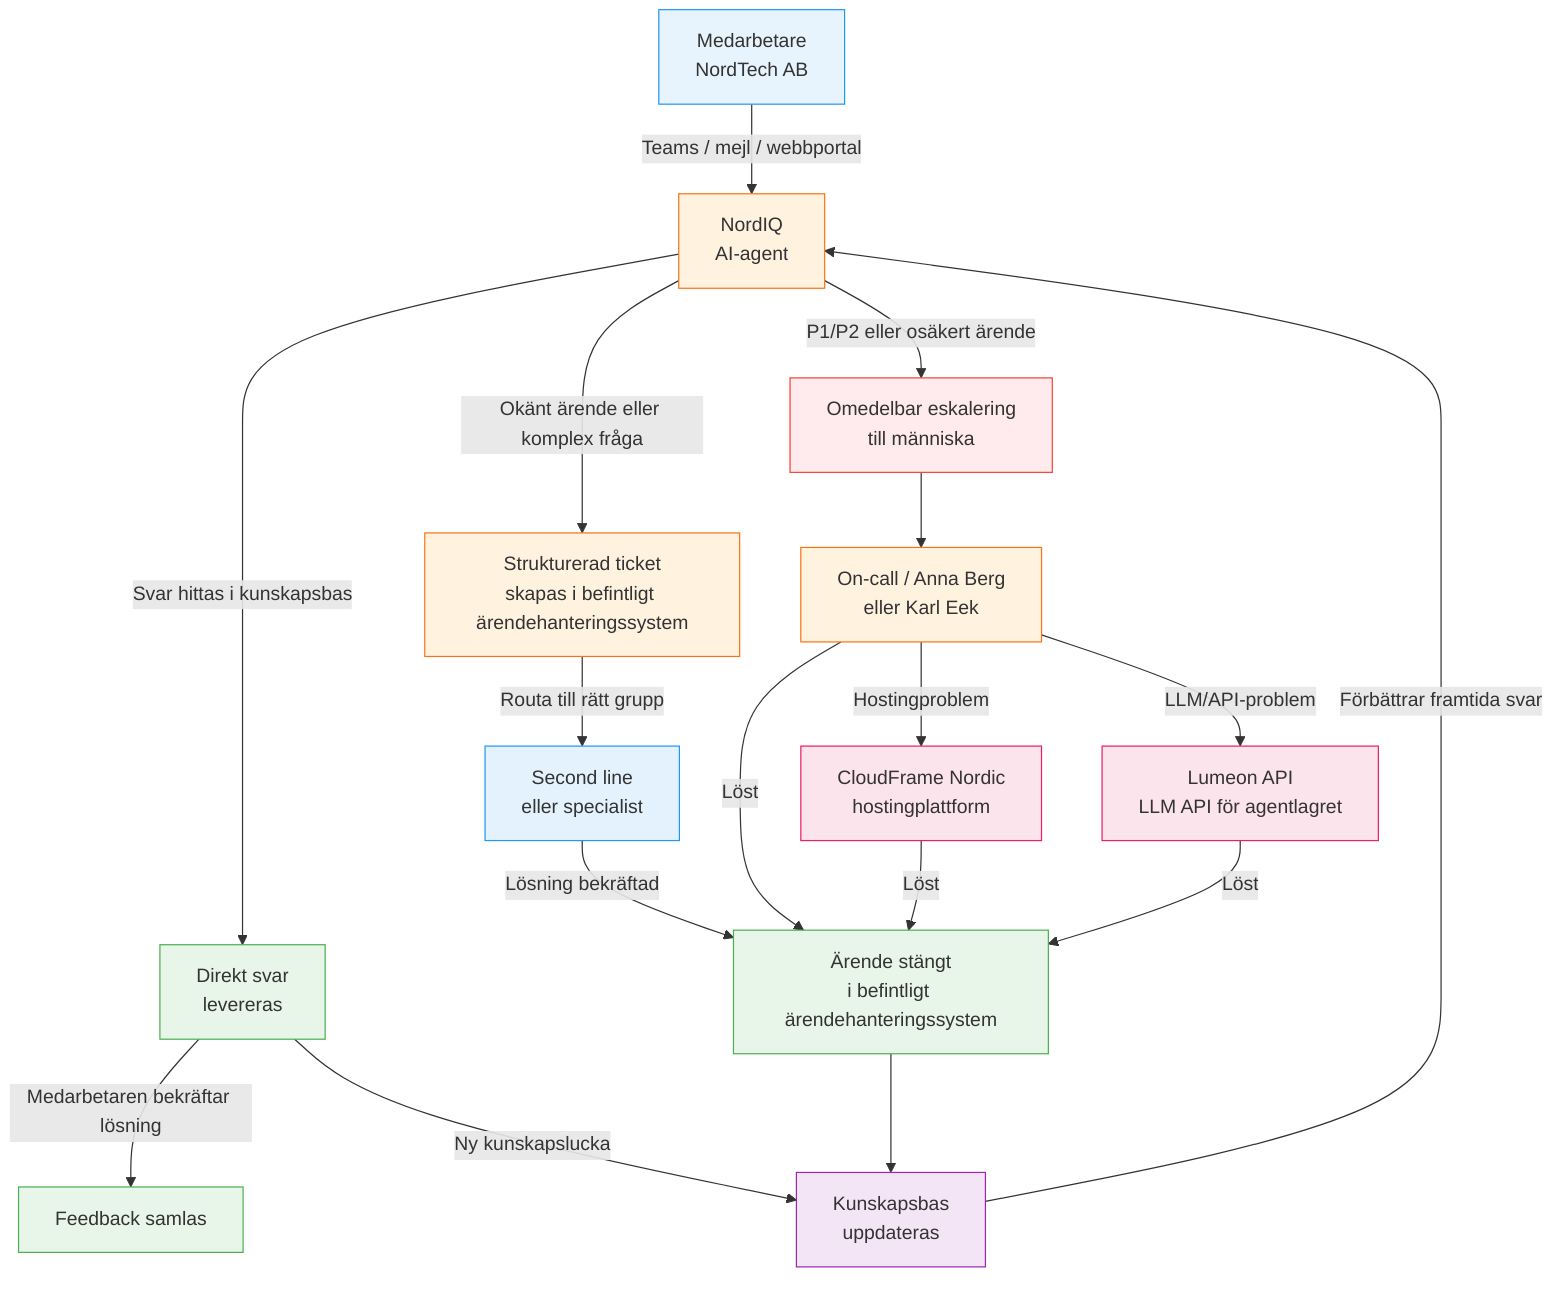
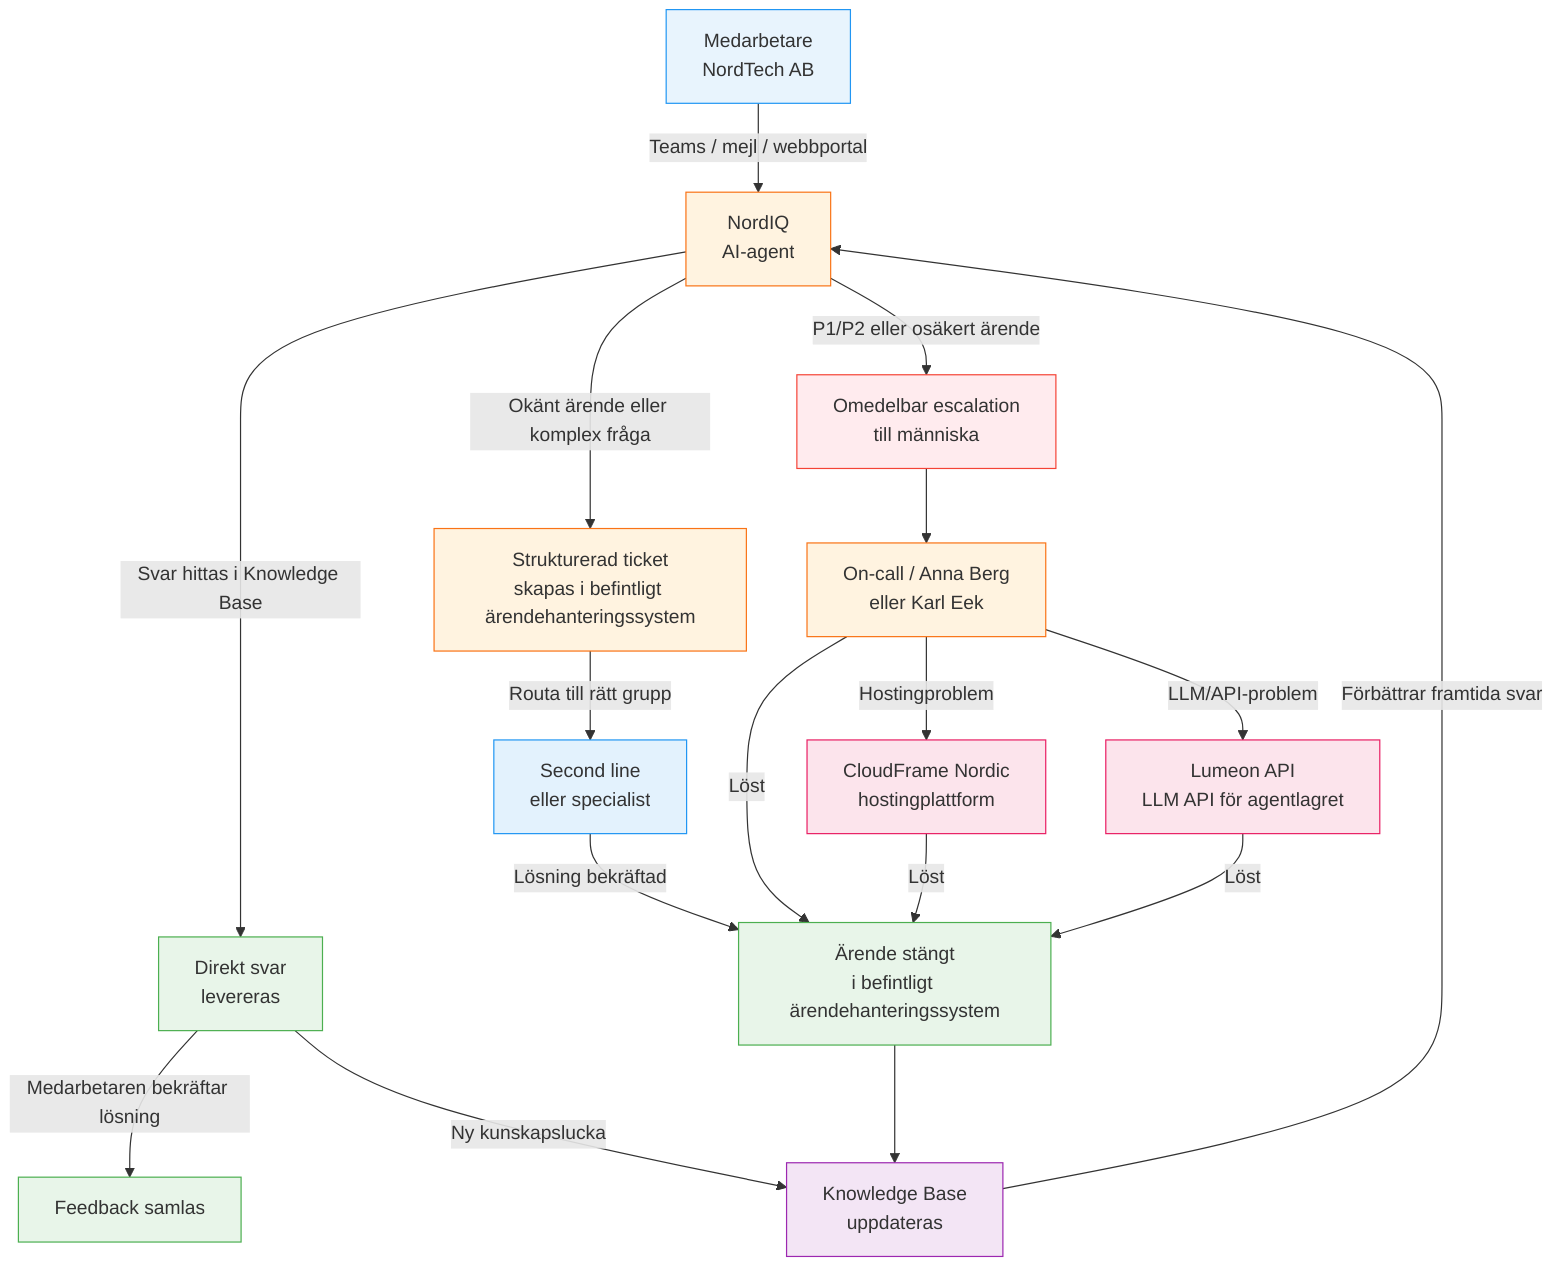
flowchart TD
-     A[Medarbetare\nNordTech AB] -->|Teams / mejl / webbportal| B[NordIQ\nAI-agent]
+     A[Medarbetare<br/>NordTech AB] -->|Teams / mejl / webbportal| B[NordIQ<br/>AI-agent]

-     B -->|Svar hittas i kunskapsbas| C[Direkt svar\nlevereras]
-     B -->|Okänt ärende eller komplex fråga| D[Strukturerad ticket\nskapas i befintligt ärendehanteringssystem]
-     B -->|P1/P2 eller osäkert ärende| E[Omedelbar eskalering\ntill människa]
+     B -->|Svar hittas i Knowledge Base| C[Direkt svar<br/>levereras]
+     B -->|Okänt ärende eller komplex fråga| D[Strukturerad ticket<br/>skapas i befintligt ärendehanteringssystem]
+     B -->|P1/P2 eller osäkert ärende| E[Omedelbar escalation<br/>till människa]

    C -->|Medarbetaren bekräftar lösning| F[Feedback samlas]
-     C -->|Ny kunskapslucka| G[Kunskapsbas\nuppdateras]
+     C -->|Ny kunskapslucka| G[Knowledge Base<br/>uppdateras]

-     D -->|Routa till rätt grupp| H[Second line\neller specialist]
-     H -->|Lösning bekräftad| I[Ärende stängt\ni befintligt ärendehanteringssystem]
+     D -->|Routa till rätt grupp| H[Second line<br/>eller specialist]
+     H -->|Lösning bekräftad| I[Ärende stängt<br/>i befintligt ärendehanteringssystem]
    I --> G

-     E --> J[On-call / Anna Berg\neller Karl Eek]
+     E --> J[On-call / Anna Berg<br/>eller Karl Eek]
    J -->|Löst| I
-     J -->|Hostingproblem| K[CloudFrame Nordic\nhostingplattform]
-     J -->|LLM/API-problem| L[Lumeon API\nLLM API för agentlagret]
+     J -->|Hostingproblem| K[CloudFrame Nordic<br/>hostingplattform]
+     J -->|LLM/API-problem| L[Lumeon API<br/>LLM API för agentlagret]
    K -->|Löst| I
    L -->|Löst| I

    G -->|Förbättrar framtida svar| B

    style A fill:#e8f4fd,stroke:#2196F3
    style B fill:#fff3e0,stroke:#F97316
    style C fill:#e8f5e9,stroke:#4CAF50
    style D fill:#fff3e0,stroke:#F97316
    style E fill:#ffebee,stroke:#F44336
    style F fill:#e8f5e9,stroke:#4CAF50
    style G fill:#f3e5f5,stroke:#9C27B0
    style H fill:#e3f2fd,stroke:#2196F3
    style I fill:#e8f5e9,stroke:#4CAF50
    style J fill:#fff3e0,stroke:#F97316
    style K fill:#fce4ec,stroke:#E91E63
    style L fill:#fce4ec,stroke:#E91E63
